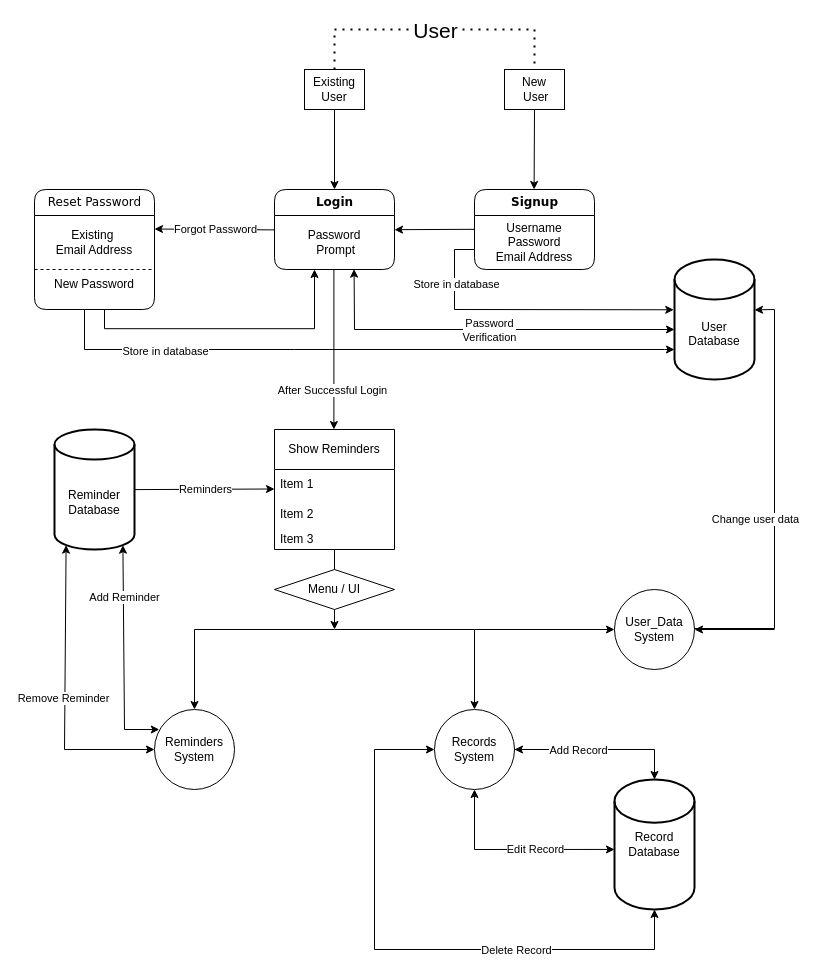
This is Untitled Diagram.drawio from Nischall01/DDMS, a draw.io file, before an edit. Source tidied: cells renumbered, new cells numbered last; positions are measured from the earlier drawing's top-left corner, leaving out a move shared by most shapes. Both pictures are drawn from the tidied source at 100%, with x=0, y=0 at pixel (34, 29).
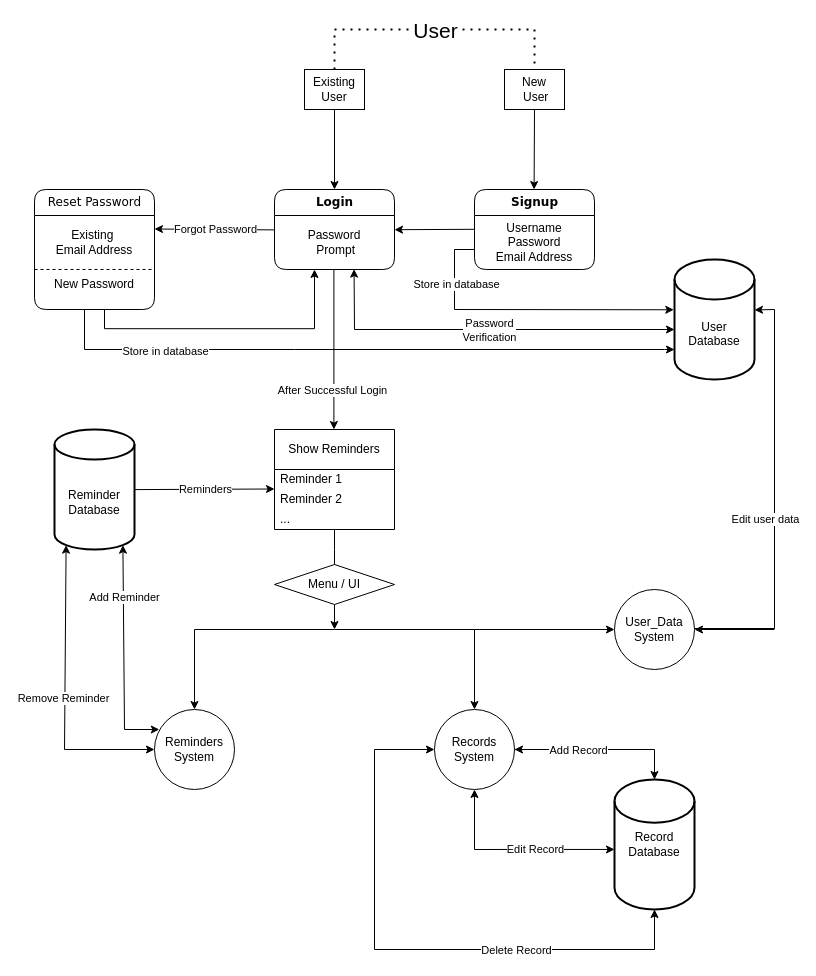
The same diagram, later.

Unchanged cells that the change refers to:
```xml
<mxCell id="57" style="endArrow=classic;html=1;rounded=0;entryX=1;entryY=0.42;entryDx=0;entryDy=0;entryPerimeter=0;" parent="1" edge="1" target="13">
  <mxGeometry relative="1" as="geometry">
    <mxPoint x="660" y="599" as="sourcePoint" />
    <Array as="points">
      <mxPoint x="740" y="599" />
      <mxPoint x="740" y="280" />
    </Array>
  </mxGeometry>
</mxCell>
```

What changed in the source:
```diff
@@
     <mxCell id="22" value="Show Reminders" style="swimlane;fontStyle=0;horizontal=1;startSize=40;whiteSpace=wrap;html=1;" parent="1" vertex="1">
-      <mxGeometry x="240" y="400" width="120" height="120" as="geometry" />
+      <mxGeometry x="240" y="400" width="120" height="100" as="geometry" />
     </mxCell>
-    <mxCell id="23" value="Item 1" style="text;strokeColor=none;fillColor=none;align=left;verticalAlign=middle;spacingLeft=4;spacingRight=4;overflow=hidden;whiteSpace=wrap;html=1;" parent="22" vertex="1">
-      <mxGeometry y="40" width="120" height="30" as="geometry" />
+    <mxCell id="23" value="Reminder 1" style="text;strokeColor=none;fillColor=none;align=left;verticalAlign=middle;spacingLeft=4;spacingRight=4;overflow=hidden;whiteSpace=wrap;html=1;" parent="22" vertex="1">
+      <mxGeometry y="40" width="120" height="20" as="geometry" />
     </mxCell>
@@
-    <mxCell id="25" value="Item 2" style="text;strokeColor=none;fillColor=none;align=left;verticalAlign=middle;spacingLeft=4;spacingRight=4;overflow=hidden;whiteSpace=wrap;html=1;" parent="22" vertex="1">
-      <mxGeometry y="70" width="120" height="30" as="geometry" />
+    <mxCell id="25" value="Reminder 2" style="text;strokeColor=none;fillColor=none;align=left;verticalAlign=middle;spacingLeft=4;spacingRight=4;overflow=hidden;whiteSpace=wrap;html=1;" parent="22" vertex="1">
+      <mxGeometry y="60" width="120" height="20" as="geometry" />
     </mxCell>
+    <mxCell id="60" style="endArrow=none;html=1;rounded=0;" parent="22" edge="1">
+      <mxGeometry relative="1" as="geometry">
+        <mxPoint x="60" y="120" as="sourcePoint" />
+        <mxPoint x="60" y="100" as="targetPoint" />
+      </mxGeometry>
+    </mxCell>
-    <mxCell id="26" value="Item 3" style="text;strokeColor=none;fillColor=none;align=left;verticalAlign=middle;spacingLeft=4;spacingRight=4;overflow=hidden;whiteSpace=wrap;html=1;" parent="22" vertex="1">
-      <mxGeometry y="100" width="120" height="20" as="geometry" />
+    <mxCell id="26" value="..." style="text;strokeColor=none;fillColor=none;align=left;verticalAlign=middle;spacingLeft=4;spacingRight=4;overflow=hidden;whiteSpace=wrap;html=1;" parent="22" vertex="1">
+      <mxGeometry y="80" width="120" height="20" as="geometry" />
     </mxCell>
@@
     <mxCell id="51" value="Menu / UI" style="rhombus;whiteSpace=wrap;html=1;" parent="1" vertex="1">
-      <mxGeometry x="240" y="540" width="120" height="40" as="geometry" />
+      <mxGeometry x="240" y="535" width="120" height="40" as="geometry" />
     </mxCell>
@@
-    <mxCell id="58" value="Change user data" style="edgeLabel;html=1;align=center;verticalAlign=middle;" parent="57" vertex="1">
+    <mxCell id="58" value="Edit user data" style="edgeLabel;html=1;align=center;verticalAlign=middle;" parent="57" vertex="1">
       <mxGeometry x="-0.82" relative="1" as="geometry">
-        <mxPoint x="22" y="-110" as="offset" />
+        <mxPoint x="32" y="-110" as="offset" />
       </mxGeometry>
     </mxCell>
```
